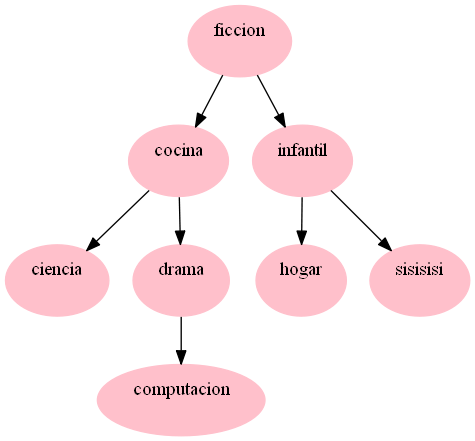
Before: Proyecto2/avlCategorias.png, a diagram exported from Graphviz (AdriGomez95/EDD_1S2020_PY2_201504236). Its source is kept beside it as Proyecto2/avlCategorias.dot.
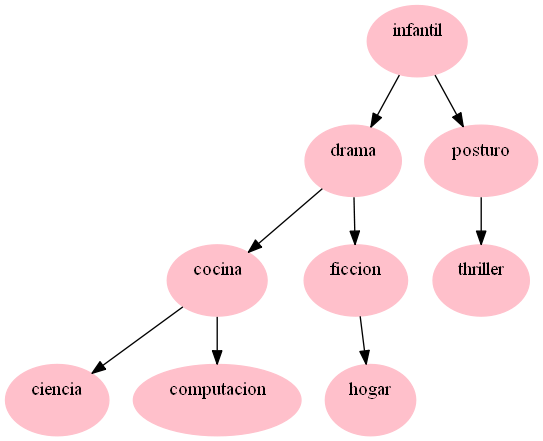
The same diagram one commit later.

Diff of the diagram source:
```diff
@@ -1,9 +1,10 @@
 digraph G {
-"ficcion\n "[sides=5,color=pink,style=filled]; "ficcion\n "->"cocina\n ";
-"ficcion\n "->"infantil\n ";
+"infantil\n "[sides=5,color=pink,style=filled]; "infantil\n "->"drama\n ";
+"infantil\n "->"posturo\n ";
+"drama\n "->"cocina\n ";
+"drama\n "->"ficcion\n ";
 "cocina\n "->"ciencia\n ";
-"cocina\n "->"drama\n ";
-"drama\n "->"computacion\n ";
-"infantil\n "->"hogar\n ";
-"infantil\n "->"sisisisi\n ";
- "cocina\n "[sides=5,color = pink,style=filled];"ciencia\n "[sides=5,color = pink,style=filled];"computacion\n "[sides=5,color = pink,style=filled];"hogar\n "[sides=5,color = pink,style=filled]; "infantil\n "[sides=5,color = pink,style=filled];"drama\n "[sides=5,color = pink,style=filled];"sisisisi\n "[sides=5,color = pink,style=filled];}
+"cocina\n "->"computacion\n ";
+"ficcion\n "->"hogar\n ";
+"posturo\n "->"thriller\n ";
+ "drama\n "[sides=5,color = pink,style=filled];"cocina\n "[sides=5,color = pink,style=filled];"ciencia\n "[sides=5,color = pink,style=filled]; "posturo\n "[sides=5,color = pink,style=filled];"ficcion\n "[sides=5,color = pink,style=filled];"computacion\n "[sides=5,color = pink,style=filled];"hogar\n "[sides=5,color = pink,style=filled];"thriller\n "[sides=5,color = pink,style=filled];}
```
